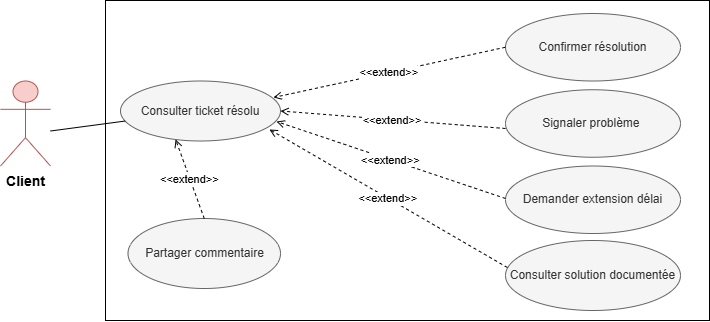
Above: Images/cloturer_ticket.png in rihab-dev/Rapport-PFE (draw.io), before the change. Source tidied: cells renumbered, new cells last; positions are measured from the earlier drawing's top-left corner, leaving out a move shared by most shapes.
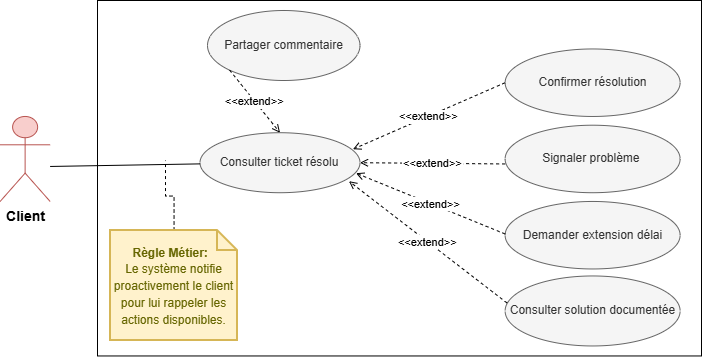
The same diagram one commit later.

The edit, as a diff of the source:
```diff
@@ -3,25 +3,25 @@
     <mxCell id="0" />
     <mxCell id="1" parent="0" />
     <mxCell id="2" value="Consulter ticket résolu" style="ellipse;whiteSpace=wrap;fillColor=#f5f5f5;fontColor=#333333;strokeColor=#666666;" parent="1" vertex="1">
-      <mxGeometry x="120" y="80.5" width="160" height="60" as="geometry" />
+      <mxGeometry x="199.9" y="96.7" width="160" height="60" as="geometry" />
     </mxCell>
     <mxCell id="3" value="Confirmer résolution" style="ellipse;whiteSpace=wrap;fillColor=#f5f5f5;fontColor=#333333;strokeColor=#666666;" parent="1" vertex="1">
       <mxGeometry x="505" y="13" width="175" height="67.5" as="geometry" />
     </mxCell>
-    <mxCell id="4" style="edgeStyle=none;endArrow=none;endFill=0;" parent="1" edge="1" target="2">
-      <mxGeometry relative="1" as="geometry">
-        <mxPoint x="50" y="130.5" as="sourcePoint" />
-      </mxGeometry>
-    </mxCell>
+    <mxCell id="16" style="edgeStyle=none;endArrow=none;endFill=0;" parent="1" edge="1" target="2">
+      <mxGeometry relative="1" as="geometry">
+        <mxPoint x="50" y="130.5" as="sourcePoint" />
+      </mxGeometry>
+    </mxCell>
     <mxCell id="5" value="&lt;&lt;extend&gt;&gt;" style="edgeStyle=none;dashed=1;endArrow=open;entryX=0.956;entryY=0.275;entryDx=0;entryDy=0;entryPerimeter=0;exitX=0;exitY=0.5;exitDx=0;exitDy=0;" parent="1" edge="1" source="3" target="2">
       <mxGeometry relative="1" as="geometry" />
     </mxCell>
     <mxCell id="6" value="&lt;font style=&quot;font-size: 14px;&quot;&gt;&lt;b style=&quot;&quot;&gt;Client&lt;/b&gt;&lt;/font&gt;" style="shape=umlActor;verticalLabelPosition=bottom;verticalAlign=top;html=1;fillColor=#f8cecc;strokeColor=#b85450;" parent="1" vertex="1">
       <mxGeometry y="80.5" width="50" height="85" as="geometry" />
     </mxCell>
-    <mxCell id="7" style="rounded=0;whiteSpace=wrap;html=1;fillColor=none;" parent="1" vertex="1">
-      <mxGeometry x="105" width="604" height="320" as="geometry" />
-    </mxCell>
+    <mxCell id="17" style="rounded=0;whiteSpace=wrap;html=1;fillColor=none;" parent="1" vertex="1">
+      <mxGeometry x="97.4" y="-35.5" width="604" height="355.5" as="geometry" />
+    </mxCell>
     <mxCell id="8" value="Signaler problème " style="ellipse;whiteSpace=wrap;fillColor=#f5f5f5;fontColor=#333333;strokeColor=#666666;" parent="1" vertex="1">
       <mxGeometry x="505" y="89.2" width="175" height="67.5" as="geometry" />
     </mxCell>
@@ -32,9 +32,9 @@
       <mxGeometry x="505" y="240" width="175" height="70" as="geometry" />
     </mxCell>
     <mxCell id="11" value="Partager commentaire" style="ellipse;whiteSpace=wrap;fillColor=#f5f5f5;fontColor=#333333;strokeColor=#666666;" parent="1" vertex="1">
-      <mxGeometry x="127.5" y="218" width="152.5" height="70" as="geometry" />
+      <mxGeometry x="207.4" y="-25.5" width="152.5" height="70" as="geometry" />
     </mxCell>
-    <mxCell id="12" value="&lt;&lt;extend&gt;&gt;" style="edgeStyle=none;dashed=1;endArrow=open;entryX=0.116;entryY=0.434;entryDx=0;entryDy=0;entryPerimeter=0;exitX=0.5;exitY=0;exitDx=0;exitDy=0;" parent="1" edge="1" source="11" target="7">
+    <mxCell id="12" value="&lt;&lt;extend&gt;&gt;" style="edgeStyle=none;dashed=1;endArrow=open;exitX=0;exitY=1;exitDx=0;exitDy=0;entryX=0.5;entryY=0;entryDx=0;entryDy=0;" parent="1" edge="1" source="11" target="2">
       <mxGeometry relative="1" as="geometry" />
     </mxCell>
     <mxCell id="13" value="&lt;&lt;extend&gt;&gt;" style="edgeStyle=none;dashed=1;endArrow=open;entryX=1;entryY=0.5;entryDx=0;entryDy=0;exitX=0;exitY=0.5;exitDx=0;exitDy=0;" parent="1" edge="1" target="2">
@@ -50,5 +50,13 @@
     <mxCell id="15" value="&lt;&lt;extend&gt;&gt;" style="edgeStyle=none;dashed=1;endArrow=open;entryX=0.931;entryY=0.808;entryDx=0;entryDy=0;entryPerimeter=0;exitX=0.011;exitY=0.386;exitDx=0;exitDy=0;exitPerimeter=0;" parent="1" edge="1" source="10" target="2">
       <mxGeometry relative="1" as="geometry" />
     </mxCell>
+    <mxCell id="18" style="edgeStyle=orthogonalEdgeStyle;rounded=0;jettySize=auto;html=1;endArrow=none;endFill=0;dashed=1;" parent="1" edge="1" source="19">
+      <mxGeometry relative="1" as="geometry">
+        <mxPoint x="165.4" y="124.5" as="targetPoint" />
+      </mxGeometry>
+    </mxCell>
+    <mxCell id="19" value="&lt;span style=&quot;font-size: 12px;&quot;&gt;&lt;b&gt;Règle Métier:&amp;nbsp;&amp;nbsp;&lt;/b&gt;&lt;/span&gt;&lt;div&gt;&lt;span style=&quot;font-size: 12px;&quot;&gt;Le système notifie proactivement le client pour lui rappeler les actions disponibles.&lt;/span&gt;&lt;/div&gt;" style="shape=note;strokeWidth=2;fontSize=14;size=20;whiteSpace=wrap;html=1;fillColor=#fff2cc;strokeColor=#d6b656;fontColor=#666600;" parent="1" vertex="1">
+      <mxGeometry x="110.4" y="194.5" width="127" height="110" as="geometry" />
+    </mxCell>
   </root>
 </mxGraphModel>
```
